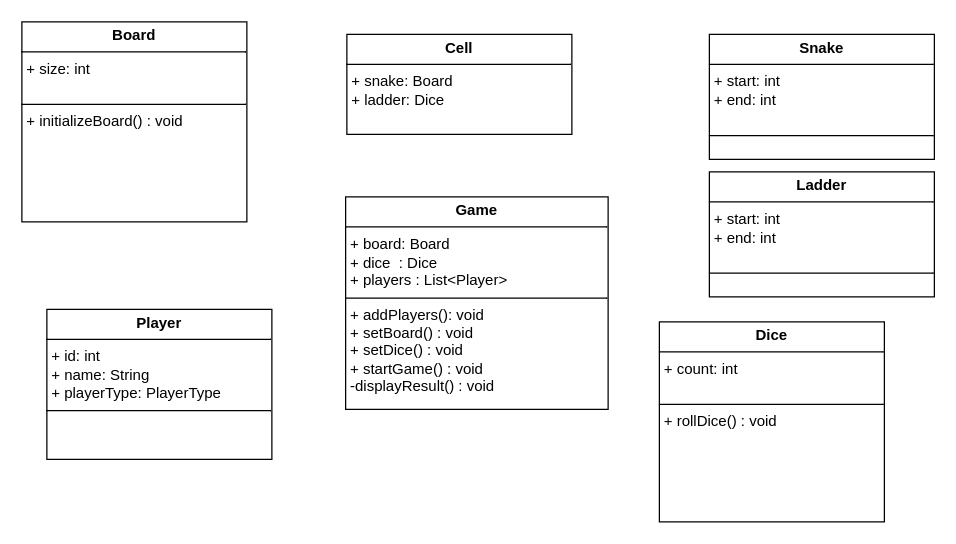
Earlier version of the draw.io diagram SnakeAndLadder.drawio (saravananraj/LLD-ClassDiagrams). Source tidied: cells renumbered, new cells numbered last; positions are measured from the earlier drawing's top-left corner, leaving out a move shared by most shapes. Both pictures are drawn from the tidied source at 125%, with x=0, y=0 at pixel (21, 21).
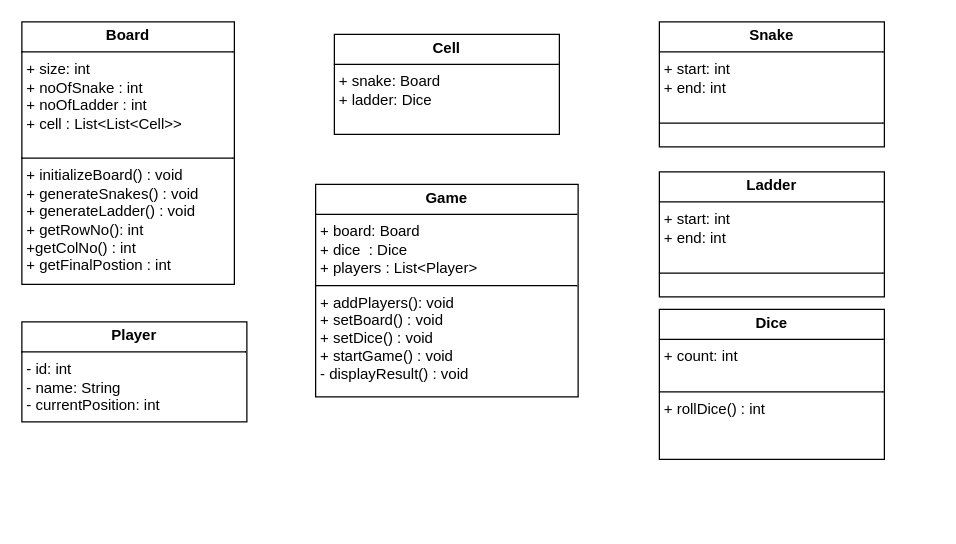
The same diagram, later.

The edit, as a diff of the source:
```diff
@@
 <mxGraphModel>
   <root>
     <mxCell id="0" />
     <mxCell id="1" parent="0" />
-    <mxCell id="2" value="&lt;p style=&quot;margin:0px;margin-top:4px;text-align:center;&quot;&gt;&lt;b&gt;Game&lt;/b&gt;&lt;/p&gt;&lt;hr size=&quot;1&quot; style=&quot;border-style:solid;&quot;&gt;&lt;p style=&quot;margin:0px;margin-left:4px;&quot;&gt;+ board: Board&lt;/p&gt;&lt;p style=&quot;margin:0px;margin-left:4px;&quot;&gt;+ dice&amp;nbsp; : Dice&lt;/p&gt;&lt;p style=&quot;margin:0px;margin-left:4px;&quot;&gt;+ players : List&amp;lt;Player&amp;gt;&lt;/p&gt;&lt;hr size=&quot;1&quot; style=&quot;border-style:solid;&quot;&gt;&lt;p style=&quot;margin:0px;margin-left:4px;&quot;&gt;+ addPlayers(): void&lt;/p&gt;&lt;p style=&quot;margin:0px;margin-left:4px;&quot;&gt;+ setBoard() : void&lt;/p&gt;&lt;p style=&quot;margin:0px;margin-left:4px;&quot;&gt;+ setDice() : void&lt;/p&gt;&lt;p style=&quot;margin:0px;margin-left:4px;&quot;&gt;+ startGame() : void&lt;/p&gt;&lt;p style=&quot;margin:0px;margin-left:4px;&quot;&gt;-displayResult() : void&lt;/p&gt;" style="verticalAlign=top;align=left;overflow=fill;html=1;whiteSpace=wrap;" parent="1" vertex="1">
-      <mxGeometry x="259" y="140" width="210" height="170" as="geometry" />
+    <mxCell id="2" value="&lt;p style=&quot;margin:0px;margin-top:4px;text-align:center;&quot;&gt;&lt;b&gt;Game&lt;/b&gt;&lt;/p&gt;&lt;hr size=&quot;1&quot; style=&quot;border-style:solid;&quot;&gt;&lt;p style=&quot;margin:0px;margin-left:4px;&quot;&gt;+ board: Board&lt;/p&gt;&lt;p style=&quot;margin:0px;margin-left:4px;&quot;&gt;+ dice&amp;nbsp; : Dice&lt;/p&gt;&lt;p style=&quot;margin:0px;margin-left:4px;&quot;&gt;+ players : List&amp;lt;Player&amp;gt;&lt;/p&gt;&lt;hr size=&quot;1&quot; style=&quot;border-style:solid;&quot;&gt;&lt;p style=&quot;margin:0px;margin-left:4px;&quot;&gt;+ addPlayers(): void&lt;/p&gt;&lt;p style=&quot;margin:0px;margin-left:4px;&quot;&gt;+ setBoard() : void&lt;/p&gt;&lt;p style=&quot;margin:0px;margin-left:4px;&quot;&gt;+ setDice() : void&lt;/p&gt;&lt;p style=&quot;margin:0px;margin-left:4px;&quot;&gt;+ startGame() : void&lt;/p&gt;&lt;p style=&quot;margin:0px;margin-left:4px;&quot;&gt;- displayResult() : void&lt;/p&gt;" style="verticalAlign=top;align=left;overflow=fill;html=1;whiteSpace=wrap;" parent="1" vertex="1">
+      <mxGeometry x="235" y="130" width="210" height="170" as="geometry" />
     </mxCell>
     <mxCell id="3" value="&lt;p style=&quot;margin:0px;margin-top:4px;text-align:center;&quot;&gt;&lt;b&gt;Snake&lt;/b&gt;&lt;/p&gt;&lt;hr size=&quot;1&quot; style=&quot;border-style:solid;&quot;&gt;&lt;p style=&quot;margin:0px;margin-left:4px;&quot;&gt;+ start: int&lt;/p&gt;&lt;p style=&quot;margin:0px;margin-left:4px;&quot;&gt;+ end: int&lt;/p&gt;&lt;p style=&quot;margin:0px;margin-left:4px;&quot;&gt;&lt;br&gt;&lt;/p&gt;&lt;hr size=&quot;1&quot; style=&quot;border-style:solid;&quot;&gt;&lt;p style=&quot;margin:0px;margin-left:4px;&quot;&gt;&lt;br&gt;&lt;/p&gt;" style="verticalAlign=top;align=left;overflow=fill;html=1;whiteSpace=wrap;" parent="1" vertex="1">
-      <mxGeometry x="550" y="10" width="180" height="100" as="geometry" />
+      <mxGeometry x="510" width="180" height="100" as="geometry" />
     </mxCell>
     <mxCell id="4" value="&lt;p style=&quot;margin:0px;margin-top:4px;text-align:center;&quot;&gt;&lt;b&gt;Ladder&lt;/b&gt;&lt;/p&gt;&lt;hr size=&quot;1&quot; style=&quot;border-style:solid;&quot;&gt;&lt;p style=&quot;margin:0px;margin-left:4px;&quot;&gt;+ start: int&lt;/p&gt;&lt;p style=&quot;margin:0px;margin-left:4px;&quot;&gt;+ end: int&lt;/p&gt;&lt;p style=&quot;margin:0px;margin-left:4px;&quot;&gt;&lt;br&gt;&lt;/p&gt;&lt;hr size=&quot;1&quot; style=&quot;border-style:solid;&quot;&gt;&lt;p style=&quot;margin:0px;margin-left:4px;&quot;&gt;&lt;br&gt;&lt;/p&gt;" style="verticalAlign=top;align=left;overflow=fill;html=1;whiteSpace=wrap;" parent="1" vertex="1">
-      <mxGeometry x="550" y="120" width="180" height="100" as="geometry" />
+      <mxGeometry x="510" y="120" width="180" height="100" as="geometry" />
     </mxCell>
-    <mxCell id="5" value="&lt;p style=&quot;margin:0px;margin-top:4px;text-align:center;&quot;&gt;&lt;b&gt;Player&lt;/b&gt;&lt;/p&gt;&lt;hr size=&quot;1&quot; style=&quot;border-style:solid;&quot;&gt;&lt;p style=&quot;margin:0px;margin-left:4px;&quot;&gt;+ id: int&lt;/p&gt;&lt;p style=&quot;margin:0px;margin-left:4px;&quot;&gt;+ name: String&lt;/p&gt;&lt;p style=&quot;margin:0px;margin-left:4px;&quot;&gt;+ playerType: PlayerType&lt;/p&gt;&lt;hr size=&quot;1&quot; style=&quot;border-style:solid;&quot;&gt;&lt;p style=&quot;margin:0px;margin-left:4px;&quot;&gt;&lt;br&gt;&lt;/p&gt;" style="verticalAlign=top;align=left;overflow=fill;html=1;whiteSpace=wrap;" parent="1" vertex="1">
-      <mxGeometry x="20" y="230" width="180" height="120" as="geometry" />
+    <mxCell id="5" value="&lt;p style=&quot;margin:0px;margin-top:4px;text-align:center;&quot;&gt;&lt;b&gt;Player&lt;/b&gt;&lt;/p&gt;&lt;hr size=&quot;1&quot; style=&quot;border-style:solid;&quot;&gt;&lt;p style=&quot;margin:0px;margin-left:4px;&quot;&gt;- id: int&lt;/p&gt;&lt;p style=&quot;margin:0px;margin-left:4px;&quot;&gt;- name: String&lt;/p&gt;&lt;p style=&quot;margin:0px;margin-left:4px;&quot;&gt;- currentPosition: int&lt;/p&gt;&lt;hr size=&quot;1&quot; style=&quot;border-style:solid;&quot;&gt;&lt;p style=&quot;margin:0px;margin-left:4px;&quot;&gt;&lt;br&gt;&lt;/p&gt;" style="verticalAlign=top;align=left;overflow=fill;html=1;whiteSpace=wrap;" parent="1" vertex="1">
+      <mxGeometry y="240" width="180" height="80" as="geometry" />
     </mxCell>
-    <mxCell id="6" value="&lt;p style=&quot;margin:0px;margin-top:4px;text-align:center;&quot;&gt;&lt;b&gt;Board&lt;/b&gt;&lt;/p&gt;&lt;hr size=&quot;1&quot; style=&quot;border-style:solid;&quot;&gt;&lt;p style=&quot;margin:0px;margin-left:4px;&quot;&gt;+ size: int&lt;/p&gt;&lt;p style=&quot;margin:0px;margin-left:4px;&quot;&gt;&lt;br&gt;&lt;/p&gt;&lt;hr size=&quot;1&quot; style=&quot;border-style:solid;&quot;&gt;&lt;p style=&quot;margin:0px;margin-left:4px;&quot;&gt;+ initializeBoard() : void&lt;/p&gt;" style="verticalAlign=top;align=left;overflow=fill;html=1;whiteSpace=wrap;" parent="1" vertex="1">
-      <mxGeometry width="180" height="160" as="geometry" />
+    <mxCell id="6" value="&lt;p style=&quot;margin:0px;margin-top:4px;text-align:center;&quot;&gt;&lt;b&gt;Board&lt;/b&gt;&lt;/p&gt;&lt;hr size=&quot;1&quot; style=&quot;border-style:solid;&quot;&gt;&lt;p style=&quot;margin:0px;margin-left:4px;&quot;&gt;+ size: int&lt;/p&gt;&lt;p style=&quot;margin:0px;margin-left:4px;&quot;&gt;+ noOfSnake : int&lt;/p&gt;&lt;p style=&quot;margin:0px;margin-left:4px;&quot;&gt;+ noOfLadder : int&lt;/p&gt;&lt;p style=&quot;margin:0px;margin-left:4px;&quot;&gt;+ cell : List&amp;lt;List&amp;lt;Cell&amp;gt;&amp;gt;&lt;/p&gt;&lt;p style=&quot;margin:0px;margin-left:4px;&quot;&gt;&lt;br&gt;&lt;/p&gt;&lt;hr size=&quot;1&quot; style=&quot;border-style:solid;&quot;&gt;&lt;p style=&quot;margin:0px;margin-left:4px;&quot;&gt;+ initializeBoard() : void&lt;/p&gt;&lt;p style=&quot;margin:0px;margin-left:4px;&quot;&gt;+ generateSnakes() : void&lt;/p&gt;&lt;p style=&quot;margin:0px;margin-left:4px;&quot;&gt;+ generateLadder() : void&lt;/p&gt;&lt;p style=&quot;margin:0px;margin-left:4px;&quot;&gt;+ getRowNo(): int&lt;/p&gt;&lt;p style=&quot;margin:0px;margin-left:4px;&quot;&gt;+getColNo() : int&lt;/p&gt;&lt;p style=&quot;margin:0px;margin-left:4px;&quot;&gt;+ getFinalPostion : int&lt;/p&gt;&lt;p style=&quot;margin:0px;margin-left:4px;&quot;&gt;&lt;br&gt;&lt;/p&gt;&lt;p style=&quot;margin:0px;margin-left:4px;&quot;&gt;&lt;br&gt;&lt;/p&gt;" style="verticalAlign=top;align=left;overflow=fill;html=1;whiteSpace=wrap;" parent="1" vertex="1">
+      <mxGeometry width="170" height="210" as="geometry" />
     </mxCell>
     <mxCell id="7" value="&lt;p style=&quot;margin:0px;margin-top:4px;text-align:center;&quot;&gt;&lt;b&gt;Cell&lt;/b&gt;&lt;/p&gt;&lt;hr size=&quot;1&quot; style=&quot;border-style:solid;&quot;&gt;&lt;p style=&quot;margin:0px;margin-left:4px;&quot;&gt;+ snake: Board&lt;/p&gt;&lt;p style=&quot;margin:0px;margin-left:4px;&quot;&gt;+ ladder: Dice&lt;/p&gt;&lt;p style=&quot;margin:0px;margin-left:4px;&quot;&gt;&lt;br&gt;&lt;/p&gt;&lt;hr size=&quot;1&quot; style=&quot;border-style:solid;&quot;&gt;&lt;p style=&quot;margin:0px;margin-left:4px;&quot;&gt;&lt;br&gt;&lt;/p&gt;" style="verticalAlign=top;align=left;overflow=fill;html=1;whiteSpace=wrap;" parent="1" vertex="1">
-      <mxGeometry x="260" y="10" width="180" height="80" as="geometry" />
+      <mxGeometry x="250" y="10" width="180" height="80" as="geometry" />
     </mxCell>
-    <mxCell id="8" value="&lt;p style=&quot;margin:0px;margin-top:4px;text-align:center;&quot;&gt;&lt;b&gt;Dice&lt;/b&gt;&lt;/p&gt;&lt;hr size=&quot;1&quot; style=&quot;border-style:solid;&quot;&gt;&lt;p style=&quot;margin:0px;margin-left:4px;&quot;&gt;+ count: int&lt;/p&gt;&lt;p style=&quot;margin:0px;margin-left:4px;&quot;&gt;&lt;br&gt;&lt;/p&gt;&lt;hr size=&quot;1&quot; style=&quot;border-style:solid;&quot;&gt;&lt;p style=&quot;margin:0px;margin-left:4px;&quot;&gt;+ rollDice() : void&lt;/p&gt;" style="verticalAlign=top;align=left;overflow=fill;html=1;whiteSpace=wrap;" parent="1" vertex="1">
-      <mxGeometry x="510" y="240" width="180" height="160" as="geometry" />
+    <mxCell id="8" value="&lt;p style=&quot;margin:0px;margin-top:4px;text-align:center;&quot;&gt;&lt;b&gt;Dice&lt;/b&gt;&lt;/p&gt;&lt;hr size=&quot;1&quot; style=&quot;border-style:solid;&quot;&gt;&lt;p style=&quot;margin:0px;margin-left:4px;&quot;&gt;+ count: int&lt;/p&gt;&lt;p style=&quot;margin:0px;margin-left:4px;&quot;&gt;&lt;br&gt;&lt;/p&gt;&lt;hr size=&quot;1&quot; style=&quot;border-style:solid;&quot;&gt;&lt;p style=&quot;margin:0px;margin-left:4px;&quot;&gt;+ rollDice() : int&lt;/p&gt;" style="verticalAlign=top;align=left;overflow=fill;html=1;whiteSpace=wrap;" parent="1" vertex="1">
+      <mxGeometry x="510" y="230" width="180" height="120" as="geometry" />
     </mxCell>
   </root>
 </mxGraphModel>
```
